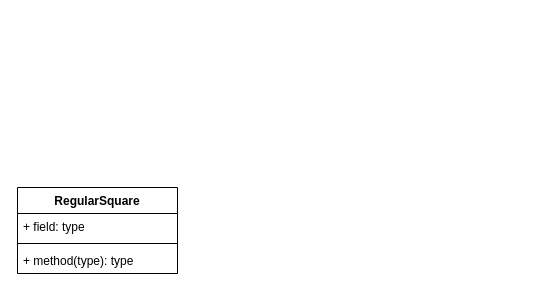
Earlier version of the draw.io diagram page "Page-2" (2 of 2) of workshop7-week8.drawio (antonykimuom/SWEN30006-2025-SM1-workshop1-tuew05-14-00-team-12). Source tidied: cells renumbered, new cells numbered last; positions are measured from the earlier drawing's top-left corner, leaving out a move shared by most shapes. Both pictures are drawn from the tidied source at 100%, with x=0, y=0 at pixel (17, 187).
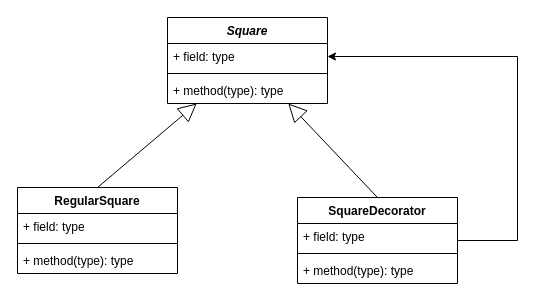
The same diagram, later.

Change to the diagram source:
```diff
@@
 <mxGraphModel>
   <root>
     <mxCell id="0" />
     <mxCell id="1" parent="0" />
     <mxCell id="2" value="RegularSquare" style="swimlane;fontStyle=1;align=center;verticalAlign=top;horizontal=1;startSize=26;whiteSpace=wrap;html=1;" parent="1" vertex="1">
       <mxGeometry width="160" height="86" as="geometry" />
     </mxCell>
     <mxCell id="3" value="+ field: type" style="text;strokeColor=none;fillColor=none;align=left;verticalAlign=top;spacingLeft=4;spacingRight=4;overflow=hidden;whiteSpace=wrap;html=1;" parent="2" vertex="1">
       <mxGeometry y="26" width="160" height="26" as="geometry" />
     </mxCell>
     <mxCell id="4" style="line;strokeWidth=1;fillColor=none;align=left;verticalAlign=middle;spacingTop=-1;spacingLeft=3;spacingRight=3;labelPosition=right;strokeColor=inherit;" parent="2" vertex="1">
       <mxGeometry y="52" width="160" height="8" as="geometry" />
     </mxCell>
     <mxCell id="5" value="+ method(type): type" style="text;strokeColor=none;fillColor=none;align=left;verticalAlign=top;spacingLeft=4;spacingRight=4;overflow=hidden;whiteSpace=wrap;html=1;" parent="2" vertex="1">
       <mxGeometry y="60" width="160" height="26" as="geometry" />
     </mxCell>
+    <mxCell id="6" value="&lt;i&gt;Square&lt;/i&gt;" style="swimlane;fontStyle=1;align=center;verticalAlign=top;horizontal=1;startSize=26;whiteSpace=wrap;html=1;" parent="1" vertex="1">
+      <mxGeometry x="150" y="-170" width="160" height="86" as="geometry" />
+    </mxCell>
+    <mxCell id="7" value="+ field: type" style="text;strokeColor=none;fillColor=none;align=left;verticalAlign=top;spacingLeft=4;spacingRight=4;overflow=hidden;points=[[0,0.5],[1,0.5]];portConstraint=eastwest;whiteSpace=wrap;html=1;" parent="6" vertex="1">
+      <mxGeometry y="26" width="160" height="26" as="geometry" />
+    </mxCell>
+    <mxCell id="8" style="line;strokeWidth=1;fillColor=none;align=left;verticalAlign=middle;spacingTop=-1;spacingLeft=3;spacingRight=3;labelPosition=right;strokeColor=inherit;" parent="6" vertex="1">
+      <mxGeometry y="52" width="160" height="8" as="geometry" />
+    </mxCell>
+    <mxCell id="9" value="+ method(type): type" style="text;strokeColor=none;fillColor=none;align=left;verticalAlign=top;spacingLeft=4;spacingRight=4;overflow=hidden;whiteSpace=wrap;html=1;" parent="6" vertex="1">
+      <mxGeometry y="60" width="160" height="26" as="geometry" />
+    </mxCell>
+    <mxCell id="10" value="&lt;div&gt;&lt;br&gt;&lt;/div&gt;&lt;div&gt;&lt;br&gt;&lt;/div&gt;" style="endArrow=block;endSize=16;endFill=0;html=1;rounded=0;exitX=0.5;exitY=0;exitDx=0;exitDy=0;" parent="1" edge="1" source="2" target="6">
+      <mxGeometry relative="1" as="geometry" />
+    </mxCell>
+    <mxCell id="11" style="edgeStyle=orthogonalEdgeStyle;rounded=0;jettySize=auto;html=1;entryX=1;entryY=0.5;entryDx=0;entryDy=0;" parent="1" edge="1" source="12" target="7">
+      <mxGeometry relative="1" as="geometry">
+        <Array as="points">
+          <mxPoint x="500" y="53" />
+          <mxPoint x="500" y="-131" />
+        </Array>
+      </mxGeometry>
+    </mxCell>
+    <mxCell id="12" value="SquareDecorator" style="swimlane;fontStyle=1;align=center;verticalAlign=top;horizontal=1;startSize=26;whiteSpace=wrap;html=1;" parent="1" vertex="1">
+      <mxGeometry x="280" y="10" width="160" height="86" as="geometry" />
+    </mxCell>
+    <mxCell id="13" value="+ field: type" style="text;strokeColor=none;fillColor=none;align=left;verticalAlign=top;spacingLeft=4;spacingRight=4;overflow=hidden;whiteSpace=wrap;html=1;" parent="12" vertex="1">
+      <mxGeometry y="26" width="160" height="26" as="geometry" />
+    </mxCell>
+    <mxCell id="14" style="line;strokeWidth=1;fillColor=none;align=left;verticalAlign=middle;spacingTop=-1;spacingLeft=3;spacingRight=3;labelPosition=right;strokeColor=inherit;" parent="12" vertex="1">
+      <mxGeometry y="52" width="160" height="8" as="geometry" />
+    </mxCell>
+    <mxCell id="15" value="+ method(type): type" style="text;strokeColor=none;fillColor=none;align=left;verticalAlign=top;spacingLeft=4;spacingRight=4;overflow=hidden;whiteSpace=wrap;html=1;" parent="12" vertex="1">
+      <mxGeometry y="60" width="160" height="26" as="geometry" />
+    </mxCell>
+    <mxCell id="16" value="&lt;div&gt;&lt;br&gt;&lt;/div&gt;&lt;div&gt;&lt;br&gt;&lt;/div&gt;" style="endArrow=block;endSize=16;endFill=0;html=1;rounded=0;exitX=0.5;exitY=0;exitDx=0;exitDy=0;" parent="1" edge="1" source="12" target="6">
+      <mxGeometry relative="1" as="geometry" />
+    </mxCell>
   </root>
 </mxGraphModel>
```
